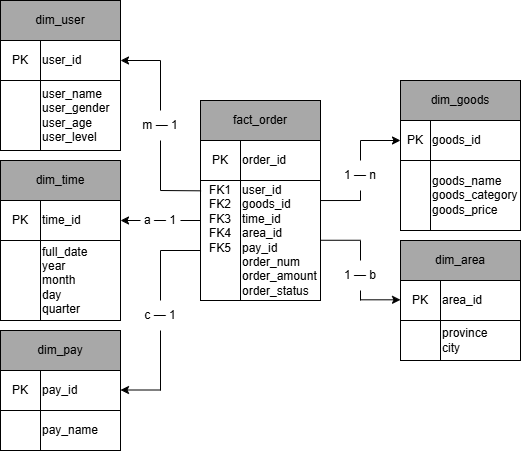
banaiwanqi/sim-ec-data-analysis keeps this draw.io diagram as img/er_dw_ecommerce.png. Above is the earlier version. Source tidied: cells renumbered, new cells last; positions are measured from the earlier drawing's top-left corner, leaving out a move shared by most shapes. Source of this version:
```xml
<mxGraphModel>
  <root>
    <mxCell id="0" />
    <mxCell id="1" parent="0" />
    <mxCell id="2" value="fact_order" style="rounded=0;whiteSpace=wrap;html=1;fillColor=#A8A8A8;" parent="1" vertex="1">
      <mxGeometry x="200" y="100" width="120" height="40" as="geometry" />
    </mxCell>
    <mxCell id="3" value="&lt;div&gt;user_id&lt;/div&gt;&lt;div&gt;goods_id&lt;/div&gt;&lt;div&gt;time_id&lt;/div&gt;&lt;div&gt;area_id&lt;/div&gt;&lt;div&gt;pay_id&lt;/div&gt;&lt;div&gt;order_num&lt;/div&gt;&lt;div&gt;order_amount&lt;/div&gt;&lt;div&gt;order_status&lt;/div&gt;" style="rounded=0;whiteSpace=wrap;html=1;align=left;" parent="1" vertex="1">
      <mxGeometry x="240" y="180" width="80" height="120" as="geometry" />
    </mxCell>
    <mxCell id="4" value="&lt;span style=&quot;&quot;&gt;order_id&lt;/span&gt;" style="rounded=0;whiteSpace=wrap;html=1;align=left;" parent="1" vertex="1">
      <mxGeometry x="240" y="140" width="80" height="40" as="geometry" />
    </mxCell>
    <mxCell id="5" value="PK" style="rounded=0;whiteSpace=wrap;html=1;" parent="1" vertex="1">
      <mxGeometry x="200" y="140" width="40" height="40" as="geometry" />
    </mxCell>
    <mxCell id="6" value="FK1&lt;div&gt;FK2&lt;/div&gt;&lt;div&gt;FK3&lt;/div&gt;&lt;div&gt;FK4&lt;/div&gt;&lt;div&gt;FK5&lt;/div&gt;&lt;div&gt;&lt;br&gt;&lt;/div&gt;&lt;div&gt;&lt;br&gt;&lt;/div&gt;&lt;div&gt;&lt;br&gt;&lt;/div&gt;" style="rounded=0;whiteSpace=wrap;html=1;" parent="1" vertex="1">
      <mxGeometry x="200" y="180" width="40" height="120" as="geometry" />
    </mxCell>
    <mxCell id="7" style="endArrow=classic;html=1;rounded=0;exitX=0;exitY=0.5;exitDx=0;exitDy=0;" parent="1" edge="1" source="47">
      <mxGeometry relative="1" as="geometry">
        <mxPoint x="120" y="220" as="targetPoint" />
      </mxGeometry>
    </mxCell>
    <mxCell id="8" style="endArrow=none;html=1;rounded=0;entryX=0.014;entryY=0.086;entryDx=0;entryDy=0;entryPerimeter=0;" parent="1" edge="1" target="6">
      <mxGeometry relative="1" as="geometry">
        <mxPoint x="160" y="190" as="sourcePoint" />
      </mxGeometry>
    </mxCell>
    <mxCell id="9" style="endArrow=none;html=1;rounded=0;entryX=0;entryY=0.067;entryDx=0;entryDy=0;entryPerimeter=0;" parent="1" edge="1">
      <mxGeometry relative="1" as="geometry">
        <mxPoint x="160" y="250" as="sourcePoint" />
        <mxPoint x="200" y="250" as="targetPoint" />
      </mxGeometry>
    </mxCell>
    <mxCell id="10" style="endArrow=classic;html=1;rounded=0;" parent="1" edge="1">
      <mxGeometry relative="1" as="geometry">
        <mxPoint x="160" y="389.5" as="sourcePoint" />
        <mxPoint x="120" y="389.5" as="targetPoint" />
      </mxGeometry>
    </mxCell>
    <mxCell id="11" style="endArrow=none;html=1;rounded=0;" parent="1" edge="1" source="50">
      <mxGeometry relative="1" as="geometry">
        <mxPoint x="160" y="250" as="targetPoint" />
      </mxGeometry>
    </mxCell>
    <mxCell id="12" style="endArrow=none;html=1;rounded=0;" parent="1" edge="1" source="46">
      <mxGeometry relative="1" as="geometry">
        <mxPoint x="160" y="60" as="targetPoint" />
      </mxGeometry>
    </mxCell>
    <mxCell id="13" style="endArrow=classic;html=1;rounded=0;" parent="1" edge="1">
      <mxGeometry relative="1" as="geometry">
        <mxPoint x="160" y="60" as="sourcePoint" />
        <mxPoint x="120" y="60" as="targetPoint" />
      </mxGeometry>
    </mxCell>
    <mxCell id="14" style="endArrow=none;html=1;rounded=0;exitX=1;exitY=0.167;exitDx=0;exitDy=0;exitPerimeter=0;" parent="1" edge="1" source="3">
      <mxGeometry relative="1" as="geometry">
        <mxPoint x="360" y="200" as="targetPoint" />
      </mxGeometry>
    </mxCell>
    <mxCell id="15" style="endArrow=none;html=1;rounded=0;exitX=1;exitY=0.167;exitDx=0;exitDy=0;exitPerimeter=0;" parent="1" edge="1">
      <mxGeometry relative="1" as="geometry">
        <mxPoint x="320" y="239.8" as="sourcePoint" />
        <mxPoint x="360" y="239.8" as="targetPoint" />
      </mxGeometry>
    </mxCell>
    <mxCell id="16" style="endArrow=none;html=1;rounded=0;" parent="1" edge="1" source="52">
      <mxGeometry relative="1" as="geometry">
        <mxPoint x="360" y="240" as="targetPoint" />
      </mxGeometry>
    </mxCell>
    <mxCell id="17" style="endArrow=none;html=1;rounded=0;" parent="1" edge="1" source="54">
      <mxGeometry relative="1" as="geometry">
        <mxPoint x="360" y="140" as="targetPoint" />
      </mxGeometry>
    </mxCell>
    <mxCell id="18" style="endArrow=classic;html=1;rounded=0;" parent="1" edge="1">
      <mxGeometry relative="1" as="geometry">
        <mxPoint x="360" y="140" as="sourcePoint" />
        <mxPoint x="400" y="140" as="targetPoint" />
      </mxGeometry>
    </mxCell>
    <mxCell id="19" style="endArrow=classic;html=1;rounded=0;" parent="1" edge="1">
      <mxGeometry relative="1" as="geometry">
        <mxPoint x="360" y="299.3" as="sourcePoint" />
        <mxPoint x="400" y="299.3" as="targetPoint" />
      </mxGeometry>
    </mxCell>
    <mxCell id="20" value="dim_user" style="rounded=0;whiteSpace=wrap;html=1;fillColor=#A8A8A8;" parent="1" vertex="1">
      <mxGeometry width="120" height="40" as="geometry" />
    </mxCell>
    <mxCell id="21" value="user_name&lt;div&gt;user_gender&lt;/div&gt;&lt;div&gt;user_age&lt;/div&gt;&lt;div&gt;user_level&lt;/div&gt;" style="rounded=0;whiteSpace=wrap;html=1;align=left;" parent="1" vertex="1">
      <mxGeometry x="40" y="80" width="80" height="70" as="geometry" />
    </mxCell>
    <mxCell id="22" value="&lt;span style=&quot;&quot;&gt;user_id&lt;/span&gt;" style="rounded=0;whiteSpace=wrap;html=1;align=left;" parent="1" vertex="1">
      <mxGeometry x="40" y="40" width="80" height="40" as="geometry" />
    </mxCell>
    <mxCell id="23" value="PK" style="rounded=0;whiteSpace=wrap;html=1;" parent="1" vertex="1">
      <mxGeometry y="40" width="40" height="40" as="geometry" />
    </mxCell>
    <mxCell id="24" value="&lt;div&gt;&lt;br&gt;&lt;/div&gt;" style="rounded=0;whiteSpace=wrap;html=1;" parent="1" vertex="1">
      <mxGeometry y="80" width="40" height="70" as="geometry" />
    </mxCell>
    <mxCell id="25" value="dim_goods" style="rounded=0;whiteSpace=wrap;html=1;fillColor=#A8A8A8;" parent="1" vertex="1">
      <mxGeometry x="400" y="80" width="120" height="40" as="geometry" />
    </mxCell>
    <mxCell id="26" value="goods_name&lt;div&gt;goods_category&lt;/div&gt;&lt;div&gt;goods_price&lt;/div&gt;" style="rounded=0;whiteSpace=wrap;html=1;align=left;" parent="1" vertex="1">
      <mxGeometry x="430" y="160" width="90" height="70" as="geometry" />
    </mxCell>
    <mxCell id="27" value="&lt;span style=&quot;&quot;&gt;goods_id&lt;/span&gt;" style="rounded=0;whiteSpace=wrap;html=1;align=left;" parent="1" vertex="1">
      <mxGeometry x="430" y="120" width="90" height="40" as="geometry" />
    </mxCell>
    <mxCell id="28" value="PK" style="rounded=0;whiteSpace=wrap;html=1;" parent="1" vertex="1">
      <mxGeometry x="400" y="120" width="30" height="40" as="geometry" />
    </mxCell>
    <mxCell id="29" value="&lt;div&gt;&lt;br&gt;&lt;/div&gt;" style="rounded=0;whiteSpace=wrap;html=1;" parent="1" vertex="1">
      <mxGeometry x="400" y="160" width="30" height="70" as="geometry" />
    </mxCell>
    <mxCell id="30" value="dim_time" style="rounded=0;whiteSpace=wrap;html=1;fillColor=#A8A8A8;" parent="1" vertex="1">
      <mxGeometry y="160" width="120" height="40" as="geometry" />
    </mxCell>
    <mxCell id="31" value="full_date&lt;div&gt;year&lt;/div&gt;&lt;div&gt;month&lt;/div&gt;&lt;div&gt;day&lt;/div&gt;&lt;div&gt;quarter&lt;/div&gt;" style="rounded=0;whiteSpace=wrap;html=1;align=left;" parent="1" vertex="1">
      <mxGeometry x="40" y="240" width="80" height="80" as="geometry" />
    </mxCell>
    <mxCell id="32" value="&lt;span style=&quot;&quot;&gt;time_id&lt;/span&gt;" style="rounded=0;whiteSpace=wrap;html=1;align=left;" parent="1" vertex="1">
      <mxGeometry x="40" y="200" width="80" height="40" as="geometry" />
    </mxCell>
    <mxCell id="33" value="PK" style="rounded=0;whiteSpace=wrap;html=1;" parent="1" vertex="1">
      <mxGeometry y="200" width="40" height="40" as="geometry" />
    </mxCell>
    <mxCell id="34" value="&lt;div&gt;&lt;br&gt;&lt;/div&gt;" style="rounded=0;whiteSpace=wrap;html=1;" parent="1" vertex="1">
      <mxGeometry y="240" width="40" height="80" as="geometry" />
    </mxCell>
    <mxCell id="35" value="dim_pay" style="rounded=0;whiteSpace=wrap;html=1;fillColor=#A8A8A8;" parent="1" vertex="1">
      <mxGeometry y="330" width="120" height="40" as="geometry" />
    </mxCell>
    <mxCell id="36" value="pay_name" style="rounded=0;whiteSpace=wrap;html=1;align=left;" parent="1" vertex="1">
      <mxGeometry x="40" y="410" width="80" height="40" as="geometry" />
    </mxCell>
    <mxCell id="37" value="&lt;span style=&quot;&quot;&gt;pay_id&lt;/span&gt;" style="rounded=0;whiteSpace=wrap;html=1;align=left;" parent="1" vertex="1">
      <mxGeometry x="40" y="370" width="80" height="40" as="geometry" />
    </mxCell>
    <mxCell id="38" value="PK" style="rounded=0;whiteSpace=wrap;html=1;" parent="1" vertex="1">
      <mxGeometry y="370" width="40" height="40" as="geometry" />
    </mxCell>
    <mxCell id="39" value="&lt;div&gt;&lt;br&gt;&lt;/div&gt;" style="rounded=0;whiteSpace=wrap;html=1;" parent="1" vertex="1">
      <mxGeometry y="410" width="40" height="40" as="geometry" />
    </mxCell>
    <mxCell id="40" value="dim_area" style="rounded=0;whiteSpace=wrap;html=1;fillColor=#A8A8A8;" parent="1" vertex="1">
      <mxGeometry x="400" y="240" width="120" height="40" as="geometry" />
    </mxCell>
    <mxCell id="41" value="province&lt;div&gt;city&lt;/div&gt;" style="rounded=0;whiteSpace=wrap;html=1;align=left;" parent="1" vertex="1">
      <mxGeometry x="440" y="320" width="80" height="40" as="geometry" />
    </mxCell>
    <mxCell id="42" value="&lt;span style=&quot;&quot;&gt;area_id&lt;/span&gt;" style="rounded=0;whiteSpace=wrap;html=1;align=left;" parent="1" vertex="1">
      <mxGeometry x="440" y="280" width="80" height="40" as="geometry" />
    </mxCell>
    <mxCell id="43" value="PK" style="rounded=0;whiteSpace=wrap;html=1;" parent="1" vertex="1">
      <mxGeometry x="400" y="280" width="40" height="40" as="geometry" />
    </mxCell>
    <mxCell id="44" value="&lt;div&gt;&lt;br&gt;&lt;/div&gt;" style="rounded=0;whiteSpace=wrap;html=1;" parent="1" vertex="1">
      <mxGeometry x="400" y="320" width="40" height="40" as="geometry" />
    </mxCell>
    <mxCell id="45" style="endArrow=none;html=1;rounded=0;" parent="1" edge="1" target="46">
      <mxGeometry relative="1" as="geometry">
        <mxPoint x="160" y="190" as="sourcePoint" />
      </mxGeometry>
    </mxCell>
    <mxCell id="46" value="m — 1" style="text;html=1;whiteSpace=wrap;strokeColor=none;fillColor=none;align=center;verticalAlign=middle;rounded=0;" parent="1" vertex="1">
      <mxGeometry x="130" y="110" width="60" height="30" as="geometry" />
    </mxCell>
    <mxCell id="47" value="a — 1" style="text;html=1;whiteSpace=wrap;strokeColor=none;fillColor=none;align=center;verticalAlign=middle;rounded=0;" parent="1" vertex="1">
      <mxGeometry x="140" y="205" width="40" height="30" as="geometry" />
    </mxCell>
    <mxCell id="48" style="endArrow=none;html=1;rounded=0;exitX=1;exitY=0.5;exitDx=0;exitDy=0;" parent="1" edge="1" source="47">
      <mxGeometry relative="1" as="geometry">
        <mxPoint x="199.7" y="220" as="targetPoint" />
      </mxGeometry>
    </mxCell>
    <mxCell id="49" style="endArrow=none;html=1;rounded=0;" parent="1" edge="1" target="50">
      <mxGeometry relative="1" as="geometry">
        <mxPoint x="160" y="390" as="sourcePoint" />
      </mxGeometry>
    </mxCell>
    <mxCell id="50" value="c — 1" style="text;html=1;whiteSpace=wrap;strokeColor=none;fillColor=none;align=center;verticalAlign=middle;rounded=0;" parent="1" vertex="1">
      <mxGeometry x="140" y="300" width="40" height="30" as="geometry" />
    </mxCell>
    <mxCell id="51" style="endArrow=none;html=1;rounded=0;" parent="1" edge="1" target="52">
      <mxGeometry relative="1" as="geometry">
        <mxPoint x="360" y="300" as="sourcePoint" />
      </mxGeometry>
    </mxCell>
    <mxCell id="52" value="1 — b" style="text;html=1;whiteSpace=wrap;strokeColor=none;fillColor=none;align=center;verticalAlign=middle;rounded=0;" parent="1" vertex="1">
      <mxGeometry x="340" y="260" width="40" height="30" as="geometry" />
    </mxCell>
    <mxCell id="53" style="endArrow=none;html=1;rounded=0;" parent="1" edge="1" target="54">
      <mxGeometry relative="1" as="geometry">
        <mxPoint x="360" y="200" as="sourcePoint" />
      </mxGeometry>
    </mxCell>
    <mxCell id="54" value="1 — n" style="text;html=1;whiteSpace=wrap;strokeColor=none;fillColor=none;align=center;verticalAlign=middle;rounded=0;" parent="1" vertex="1">
      <mxGeometry x="340" y="160" width="40" height="30" as="geometry" />
    </mxCell>
  </root>
</mxGraphModel>
```
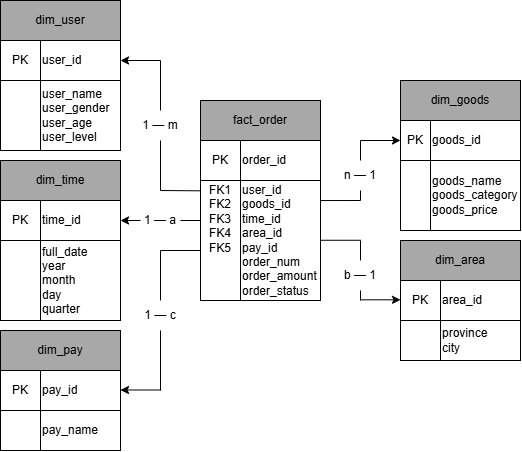
Above is the later version.

What changed in the source:
```diff
@@ -168,10 +168,10 @@
         <mxPoint x="160" y="190" as="sourcePoint" />
       </mxGeometry>
     </mxCell>
-    <mxCell id="46" value="m — 1" style="text;html=1;whiteSpace=wrap;strokeColor=none;fillColor=none;align=center;verticalAlign=middle;rounded=0;" parent="1" vertex="1">
+    <mxCell id="46" value="1 — m" style="text;html=1;whiteSpace=wrap;strokeColor=none;fillColor=none;align=center;verticalAlign=middle;rounded=0;" parent="1" vertex="1">
       <mxGeometry x="130" y="110" width="60" height="30" as="geometry" />
     </mxCell>
-    <mxCell id="47" value="a — 1" style="text;html=1;whiteSpace=wrap;strokeColor=none;fillColor=none;align=center;verticalAlign=middle;rounded=0;" parent="1" vertex="1">
+    <mxCell id="47" value="1 — a" style="text;html=1;whiteSpace=wrap;strokeColor=none;fillColor=none;align=center;verticalAlign=middle;rounded=0;" parent="1" vertex="1">
       <mxGeometry x="140" y="205" width="40" height="30" as="geometry" />
     </mxCell>
     <mxCell id="48" style="endArrow=none;html=1;rounded=0;exitX=1;exitY=0.5;exitDx=0;exitDy=0;" parent="1" edge="1" source="47">
@@ -184,7 +184,7 @@
         <mxPoint x="160" y="390" as="sourcePoint" />
       </mxGeometry>
     </mxCell>
-    <mxCell id="50" value="c — 1" style="text;html=1;whiteSpace=wrap;strokeColor=none;fillColor=none;align=center;verticalAlign=middle;rounded=0;" parent="1" vertex="1">
+    <mxCell id="50" value="1 — c" style="text;html=1;whiteSpace=wrap;strokeColor=none;fillColor=none;align=center;verticalAlign=middle;rounded=0;" parent="1" vertex="1">
       <mxGeometry x="140" y="300" width="40" height="30" as="geometry" />
     </mxCell>
     <mxCell id="51" style="endArrow=none;html=1;rounded=0;" parent="1" edge="1" target="52">
@@ -192,7 +192,7 @@
         <mxPoint x="360" y="300" as="sourcePoint" />
       </mxGeometry>
     </mxCell>
-    <mxCell id="52" value="1 — b" style="text;html=1;whiteSpace=wrap;strokeColor=none;fillColor=none;align=center;verticalAlign=middle;rounded=0;" parent="1" vertex="1">
+    <mxCell id="52" value="b — 1" style="text;html=1;whiteSpace=wrap;strokeColor=none;fillColor=none;align=center;verticalAlign=middle;rounded=0;" parent="1" vertex="1">
       <mxGeometry x="340" y="260" width="40" height="30" as="geometry" />
     </mxCell>
     <mxCell id="53" style="endArrow=none;html=1;rounded=0;" parent="1" edge="1" target="54">
@@ -200,7 +200,7 @@
         <mxPoint x="360" y="200" as="sourcePoint" />
       </mxGeometry>
     </mxCell>
-    <mxCell id="54" value="1 — n" style="text;html=1;whiteSpace=wrap;strokeColor=none;fillColor=none;align=center;verticalAlign=middle;rounded=0;" parent="1" vertex="1">
+    <mxCell id="54" value="n — 1" style="text;html=1;whiteSpace=wrap;strokeColor=none;fillColor=none;align=center;verticalAlign=middle;rounded=0;" parent="1" vertex="1">
       <mxGeometry x="340" y="160" width="40" height="30" as="geometry" />
     </mxCell>
   </root>
```
